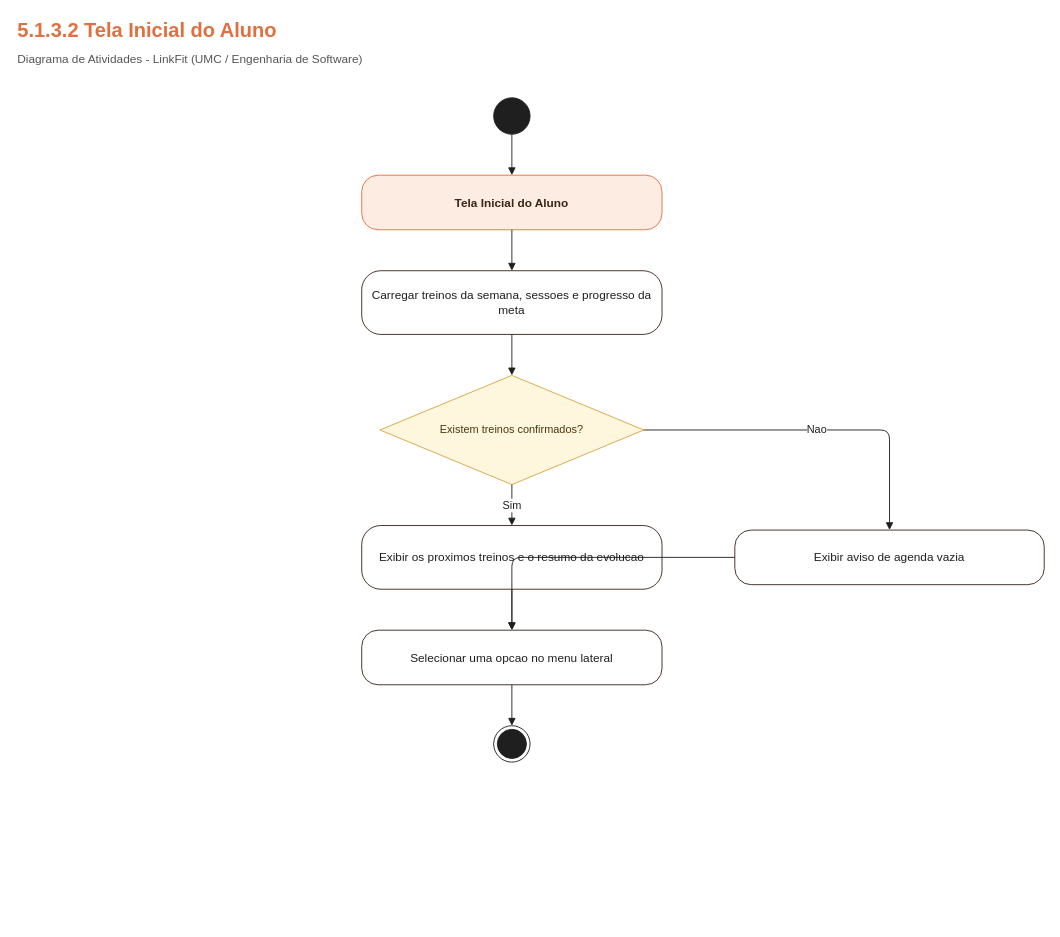
Before: page "5.1.3.2 - Tela Inicial do Personal" (3 of 10) of docs/diagramas/linkfit-diagramas.drawio in kl1nnn/LinkFit, a draw.io diagram. Source tidied: cells renumbered, new cells numbered last; positions are measured from the earlier drawing's top-left corner, leaving out a move shared by most shapes. Both pictures are drawn from the tidied source at 91%, with x=0, y=0 at pixel (15, 15).
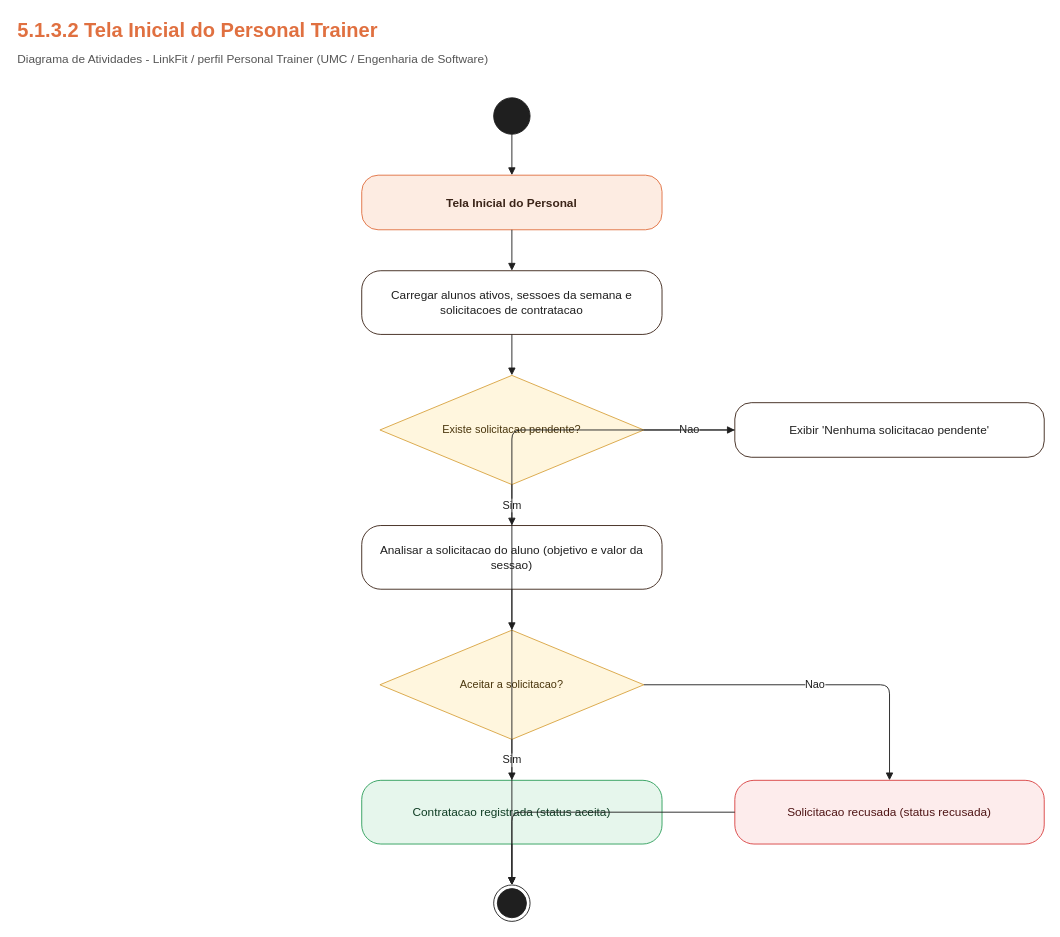
The same page after the edit.

Unchanged cells that the change refers to:
```xml
<mxCell id="4" style="ellipse;html=1;fillColor=#1F1F1F;strokeColor=#1F1F1F;" parent="1" vertex="1">
  <mxGeometry x="525" y="90" width="40" height="40" as="geometry" />
</mxCell>
```

Change to the diagram source:
```diff
@@
-    <mxCell id="2" value="5.1.3.2  Tela Inicial do Aluno" style="text;html=1;strokeColor=none;fillColor=none;align=left;verticalAlign=middle;fontSize=22;fontStyle=1;fontColor=#E07040;" parent="1" vertex="1">
+    <mxCell id="2" value="5.1.3.2  Tela Inicial do Personal Trainer" style="text;html=1;strokeColor=none;fillColor=none;align=left;verticalAlign=middle;fontSize=22;fontStyle=1;fontColor=#E07040;" parent="1" vertex="1">
       <mxGeometry width="900" height="34" as="geometry" />
     </mxCell>
-    <mxCell id="3" value="Diagrama de Atividades - LinkFit (UMC / Engenharia de Software)" style="text;html=1;strokeColor=none;fillColor=none;align=left;verticalAlign=middle;fontSize=13;fontColor=#555555;" parent="1" vertex="1">
+    <mxCell id="3" value="Diagrama de Atividades - LinkFit / perfil Personal Trainer (UMC / Engenharia de Software)" style="text;html=1;strokeColor=none;fillColor=none;align=left;verticalAlign=middle;fontSize=13;fontColor=#555555;" parent="1" vertex="1">
       <mxGeometry y="34" width="1000" height="26" as="geometry" />
     </mxCell>
@@
-    <mxCell id="5" value="Tela Inicial do Aluno" style="rounded=1;whiteSpace=wrap;html=1;arcSize=30;fontSize=13;fontStyle=1;fillColor=#FDECE2;strokeColor=#E07040;fontColor=#3B2418;" parent="1" vertex="1">
+    <mxCell id="5" value="Tela Inicial do Personal" style="rounded=1;whiteSpace=wrap;html=1;arcSize=30;fontSize=13;fontStyle=1;fillColor=#FDECE2;strokeColor=#E07040;fontColor=#3B2418;" parent="1" vertex="1">
       <mxGeometry x="380" y="175" width="330" height="60" as="geometry" />
     </mxCell>
-    <mxCell id="6" value="Carregar treinos da semana, sessoes e progresso da meta" style="rounded=1;whiteSpace=wrap;html=1;arcSize=30;fontSize=13;fillColor=#FFFFFF;strokeColor=#3B2418;fontColor=#1F1F1F;" parent="1" vertex="1">
+    <mxCell id="6" value="Carregar alunos ativos, sessoes da semana e solicitacoes de contratacao" style="rounded=1;whiteSpace=wrap;html=1;arcSize=30;fontSize=13;fillColor=#FFFFFF;strokeColor=#3B2418;fontColor=#1F1F1F;" parent="1" vertex="1">
       <mxGeometry x="380" y="280" width="330" height="70" as="geometry" />
     </mxCell>
-    <mxCell id="7" value="Existem treinos confirmados?" style="rhombus;whiteSpace=wrap;html=1;fontSize=12;fillColor=#FFF6DE;strokeColor=#D9A441;fontColor=#4A360D;" parent="1" vertex="1">
+    <mxCell id="7" value="Existe solicitacao pendente?" style="rhombus;whiteSpace=wrap;html=1;fontSize=12;fillColor=#FFF6DE;strokeColor=#D9A441;fontColor=#4A360D;" parent="1" vertex="1">
       <mxGeometry x="400" y="395" width="290" height="120" as="geometry" />
     </mxCell>
-    <mxCell id="8" value="Exibir os proximos treinos e o resumo da evolucao" style="rounded=1;whiteSpace=wrap;html=1;arcSize=30;fontSize=13;fillColor=#FFFFFF;strokeColor=#3B2418;fontColor=#1F1F1F;" parent="1" vertex="1">
+    <mxCell id="8" value="Analisar a solicitacao do aluno (objetivo e valor da sessao)" style="rounded=1;whiteSpace=wrap;html=1;arcSize=30;fontSize=13;fillColor=#FFFFFF;strokeColor=#3B2418;fontColor=#1F1F1F;" parent="1" vertex="1">
       <mxGeometry x="380" y="560" width="330" height="70" as="geometry" />
     </mxCell>
-    <mxCell id="9" value="Selecionar uma opcao no menu lateral" style="rounded=1;whiteSpace=wrap;html=1;arcSize=30;fontSize=13;fillColor=#FFFFFF;strokeColor=#3B2418;fontColor=#1F1F1F;" parent="1" vertex="1">
-      <mxGeometry x="380" y="675" width="330" height="60" as="geometry" />
+    <mxCell id="9" value="Aceitar a solicitacao?" style="rhombus;whiteSpace=wrap;html=1;fontSize=12;fillColor=#FFF6DE;strokeColor=#D9A441;fontColor=#4A360D;" parent="1" vertex="1">
+      <mxGeometry x="400" y="675" width="290" height="120" as="geometry" />
     </mxCell>
-    <mxCell id="10" style="ellipse;shape=endState;html=1;fillColor=#1F1F1F;strokeColor=#1F1F1F;" parent="1" vertex="1">
-      <mxGeometry x="525" y="780" width="40" height="40" as="geometry" />
+    <mxCell id="10" value="Contratacao registrada (status aceita)" style="rounded=1;whiteSpace=wrap;html=1;arcSize=30;fontSize=13;fillColor=#E6F6EC;strokeColor=#2E9E5B;fontColor=#0F3D24;" parent="1" vertex="1">
+      <mxGeometry x="380" y="840" width="330" height="70" as="geometry" />
     </mxCell>
-    <mxCell id="11" value="Exibir aviso de agenda vazia" style="rounded=1;whiteSpace=wrap;html=1;arcSize=30;fontSize=13;fillColor=#FFFFFF;strokeColor=#3B2418;fontColor=#1F1F1F;" parent="1" vertex="1">
-      <mxGeometry x="790" y="565" width="340" height="60" as="geometry" />
+    <mxCell id="11" style="ellipse;shape=endState;html=1;fillColor=#1F1F1F;strokeColor=#1F1F1F;" parent="1" vertex="1">
+      <mxGeometry x="525" y="955" width="40" height="40" as="geometry" />
     </mxCell>
-    <mxCell id="12" style="edgeStyle=orthogonalEdgeStyle;rounded=1;html=1;endArrow=block;endFill=1;strokeColor=#1F1F1F;fontSize=12;fontColor=#1F1F1F;labelBackgroundColor=#FFFFFF;" parent="1" edge="1" source="4" target="5">
-      <mxGeometry relative="1" as="geometry" />
+    <mxCell id="12" value="Exibir 'Nenhuma solicitacao pendente'" style="rounded=1;whiteSpace=wrap;html=1;arcSize=30;fontSize=13;fillColor=#FFFFFF;strokeColor=#3B2418;fontColor=#1F1F1F;" parent="1" vertex="1">
+      <mxGeometry x="790" y="425" width="340" height="60" as="geometry" />
     </mxCell>
-    <mxCell id="13" style="edgeStyle=orthogonalEdgeStyle;rounded=1;html=1;endArrow=block;endFill=1;strokeColor=#1F1F1F;fontSize=12;fontColor=#1F1F1F;labelBackgroundColor=#FFFFFF;" parent="1" edge="1" source="5" target="6">
-      <mxGeometry relative="1" as="geometry" />
+    <mxCell id="13" value="Solicitacao recusada (status recusada)" style="rounded=1;whiteSpace=wrap;html=1;arcSize=30;fontSize=13;fillColor=#FDECEC;strokeColor=#D94040;fontColor=#4E1414;" parent="1" vertex="1">
+      <mxGeometry x="790" y="840" width="340" height="70" as="geometry" />
     </mxCell>
-    <mxCell id="14" style="edgeStyle=orthogonalEdgeStyle;rounded=1;html=1;endArrow=block;endFill=1;strokeColor=#1F1F1F;fontSize=12;fontColor=#1F1F1F;labelBackgroundColor=#FFFFFF;" parent="1" edge="1" source="6" target="7">
+    <mxCell id="14" style="edgeStyle=orthogonalEdgeStyle;rounded=1;html=1;endArrow=block;endFill=1;strokeColor=#1F1F1F;fontSize=12;fontColor=#1F1F1F;labelBackgroundColor=#FFFFFF;" parent="1" edge="1" source="4" target="5">
       <mxGeometry relative="1" as="geometry" />
     </mxCell>
-    <mxCell id="15" value="Sim" style="edgeStyle=orthogonalEdgeStyle;rounded=1;html=1;endArrow=block;endFill=1;strokeColor=#1F1F1F;fontSize=12;fontColor=#1F1F1F;labelBackgroundColor=#FFFFFF;" parent="1" edge="1" source="7" target="8">
+    <mxCell id="15" style="edgeStyle=orthogonalEdgeStyle;rounded=1;html=1;endArrow=block;endFill=1;strokeColor=#1F1F1F;fontSize=12;fontColor=#1F1F1F;labelBackgroundColor=#FFFFFF;" parent="1" edge="1" source="5" target="6">
       <mxGeometry relative="1" as="geometry" />
     </mxCell>
-    <mxCell id="16" value="Nao" style="edgeStyle=orthogonalEdgeStyle;rounded=1;html=1;endArrow=block;endFill=1;strokeColor=#1F1F1F;fontSize=12;fontColor=#1F1F1F;labelBackgroundColor=#FFFFFF;exitX=1;exitY=0.5;exitDx=0;exitDy=0;entryX=0.5;entryY=0;entryDx=0;entryDy=0;" parent="1" edge="1" source="7" target="11">
-      <mxGeometry relative="1" as="geometry">
-        <Array as="points">
-          <mxPoint x="960" y="455" />
-        </Array>
-      </mxGeometry>
+    <mxCell id="16" style="edgeStyle=orthogonalEdgeStyle;rounded=1;html=1;endArrow=block;endFill=1;strokeColor=#1F1F1F;fontSize=12;fontColor=#1F1F1F;labelBackgroundColor=#FFFFFF;" parent="1" edge="1" source="6" target="7">
+      <mxGeometry relative="1" as="geometry" />
     </mxCell>
-    <mxCell id="17" style="edgeStyle=orthogonalEdgeStyle;rounded=1;html=1;endArrow=block;endFill=1;strokeColor=#1F1F1F;fontSize=12;fontColor=#1F1F1F;labelBackgroundColor=#FFFFFF;" parent="1" edge="1" source="8" target="9">
+    <mxCell id="17" value="Nao" style="edgeStyle=orthogonalEdgeStyle;rounded=1;html=1;endArrow=block;endFill=1;strokeColor=#1F1F1F;fontSize=12;fontColor=#1F1F1F;labelBackgroundColor=#FFFFFF;" parent="1" edge="1" source="7" target="12">
       <mxGeometry relative="1" as="geometry" />
     </mxCell>
-    <mxCell id="18" style="edgeStyle=orthogonalEdgeStyle;rounded=1;html=1;endArrow=block;endFill=1;strokeColor=#1F1F1F;fontSize=12;fontColor=#1F1F1F;labelBackgroundColor=#FFFFFF;" parent="1" edge="1" source="11" target="9">
+    <mxCell id="18" value="Sim" style="edgeStyle=orthogonalEdgeStyle;rounded=1;html=1;endArrow=block;endFill=1;strokeColor=#1F1F1F;fontSize=12;fontColor=#1F1F1F;labelBackgroundColor=#FFFFFF;" parent="1" edge="1" source="7" target="8">
       <mxGeometry relative="1" as="geometry" />
     </mxCell>
-    <mxCell id="19" style="edgeStyle=orthogonalEdgeStyle;rounded=1;html=1;endArrow=block;endFill=1;strokeColor=#1F1F1F;fontSize=12;fontColor=#1F1F1F;labelBackgroundColor=#FFFFFF;" parent="1" edge="1" source="9" target="10">
+    <mxCell id="19" style="edgeStyle=orthogonalEdgeStyle;rounded=1;html=1;endArrow=block;endFill=1;strokeColor=#1F1F1F;fontSize=12;fontColor=#1F1F1F;labelBackgroundColor=#FFFFFF;" parent="1" edge="1" source="8" target="9">
       <mxGeometry relative="1" as="geometry" />
     </mxCell>
+    <mxCell id="20" value="Sim" style="edgeStyle=orthogonalEdgeStyle;rounded=1;html=1;endArrow=block;endFill=1;strokeColor=#1F1F1F;fontSize=12;fontColor=#1F1F1F;labelBackgroundColor=#FFFFFF;" parent="1" edge="1" source="9" target="10">
+      <mxGeometry relative="1" as="geometry" />
+    </mxCell>
+    <mxCell id="21" value="Nao" style="edgeStyle=orthogonalEdgeStyle;rounded=1;html=1;endArrow=block;endFill=1;strokeColor=#1F1F1F;fontSize=12;fontColor=#1F1F1F;labelBackgroundColor=#FFFFFF;exitX=1;exitY=0.5;exitDx=0;exitDy=0;entryX=0.5;entryY=0;entryDx=0;entryDy=0;" parent="1" edge="1" source="9" target="13">
+      <mxGeometry relative="1" as="geometry">
+        <Array as="points">
+          <mxPoint x="960" y="735" />
+        </Array>
+      </mxGeometry>
+    </mxCell>
+    <mxCell id="22" style="edgeStyle=orthogonalEdgeStyle;rounded=1;html=1;endArrow=block;endFill=1;strokeColor=#1F1F1F;fontSize=12;fontColor=#1F1F1F;labelBackgroundColor=#FFFFFF;" parent="1" edge="1" source="10" target="11">
+      <mxGeometry relative="1" as="geometry" />
+    </mxCell>
+    <mxCell id="23" style="edgeStyle=orthogonalEdgeStyle;rounded=1;html=1;endArrow=block;endFill=1;strokeColor=#1F1F1F;fontSize=12;fontColor=#1F1F1F;labelBackgroundColor=#FFFFFF;" parent="1" edge="1" source="13" target="11">
+      <mxGeometry relative="1" as="geometry" />
+    </mxCell>
+    <mxCell id="24" style="edgeStyle=orthogonalEdgeStyle;rounded=1;html=1;endArrow=block;endFill=1;strokeColor=#1F1F1F;fontSize=12;fontColor=#1F1F1F;labelBackgroundColor=#FFFFFF;" parent="1" edge="1" source="12" target="11">
+      <mxGeometry relative="1" as="geometry" />
+    </mxCell>
```
